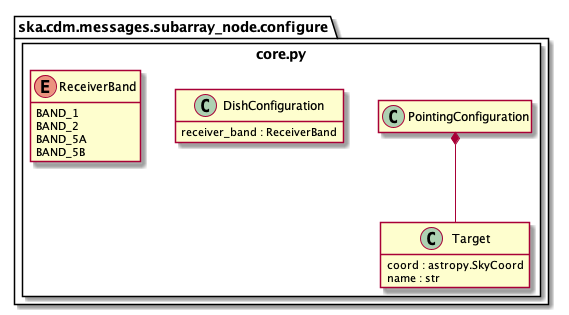
ska-telescope/cdm-shared-library keeps this PlantUML diagram as docs/src/developer/subarraynode/core.png. Above is the earlier version.
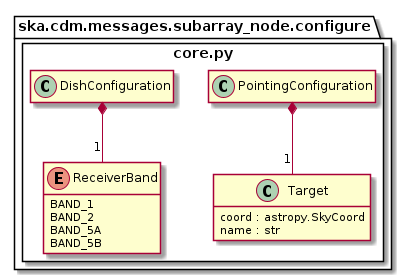
Above is the later version.

Commit message:
Updating core.py object model

What changed in the source:
```diff
@@ -11,11 +11,11 @@
 		}
 
 		class PointingConfiguration
-		PointingConfiguration *-- Target
+		PointingConfiguration *-- "1" Target
 
 		class DishConfiguration {
-			receiver_band : ReceiverBand
 		}
+        DishConfiguration *-- "1" ReceiverBand
 
 		enum ReceiverBand {
 			BAND_1
```
